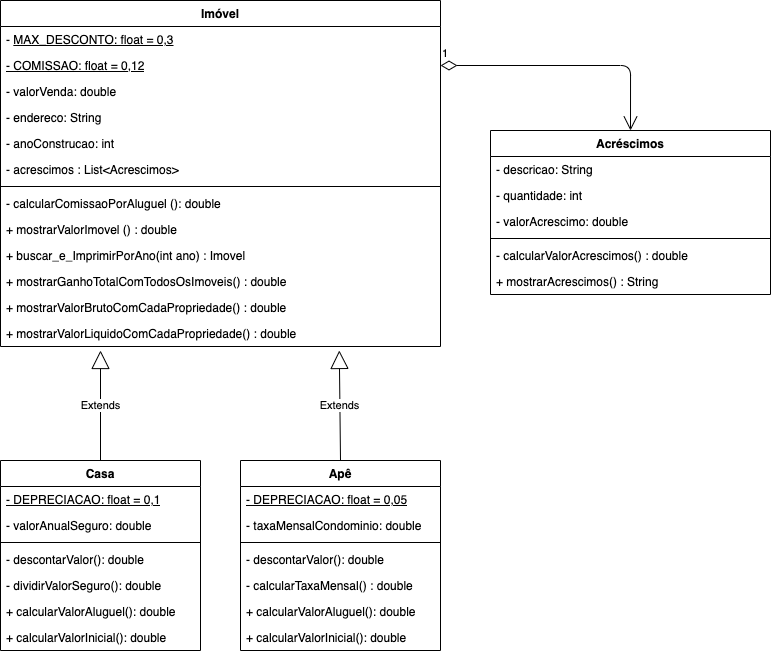
This is Docs/DiagClasseImobiliaria.drawio.png from ericdiniz/PM_Exerc_Condominio_seguro, a draw.io export, as it was before one commit. Source tidied: cells renumbered, new cells last; positions are measured from the earlier drawing's top-left corner, leaving out a move shared by most shapes.
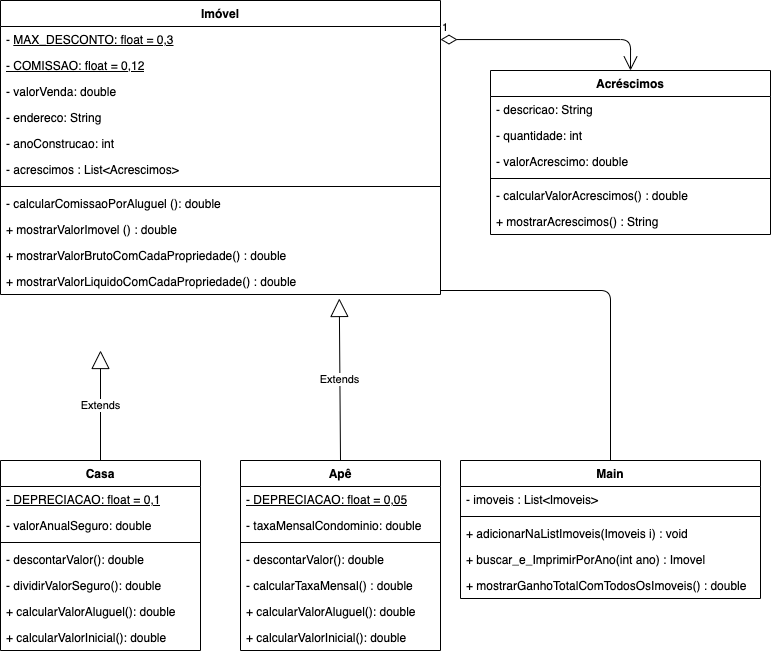
After the commit.

Commit message:
mudança no diagrama e adição da classe main

Diff of the diagram source:
```diff
@@ -3,7 +3,7 @@
     <mxCell id="0" />
     <mxCell id="1" parent="0" />
     <mxCell id="2" value="Imóvel" style="swimlane;fontStyle=1;align=center;verticalAlign=top;horizontal=1;startSize=26;whiteSpace=wrap;html=1;" parent="1" vertex="1">
-      <mxGeometry width="440" height="346" as="geometry" />
+      <mxGeometry width="440" height="294" as="geometry" />
     </mxCell>
     <mxCell id="3" value="- &lt;u&gt;MAX_DESCONTO: float = 0,3&lt;/u&gt;" style="text;strokeColor=none;fillColor=none;align=left;verticalAlign=top;spacingLeft=4;spacingRight=4;overflow=hidden;points=[[0,0.5],[1,0.5]];portConstraint=eastwest;whiteSpace=wrap;html=1;" parent="2" vertex="1">
       <mxGeometry y="26" width="440" height="26" as="geometry" />
@@ -32,17 +32,11 @@
     <mxCell id="11" value="+ mostrarValorImovel () : double" style="text;strokeColor=none;fillColor=none;align=left;verticalAlign=top;spacingLeft=4;spacingRight=4;overflow=hidden;whiteSpace=wrap;html=1;" parent="2" vertex="1">
       <mxGeometry y="216" width="440" height="26" as="geometry" />
     </mxCell>
-    <mxCell id="12" value="+ buscar_e_ImprimirPorAno(int ano) : Imovel" style="text;strokeColor=none;fillColor=none;align=left;verticalAlign=top;spacingLeft=4;spacingRight=4;overflow=hidden;whiteSpace=wrap;html=1;" parent="2" vertex="1">
-      <mxGeometry y="242" width="440" height="26" as="geometry" />
-    </mxCell>
-    <mxCell id="13" value="+ mostrarGanhoTotalComTodosOsImoveis() : double" style="text;strokeColor=none;fillColor=none;align=left;verticalAlign=top;spacingLeft=4;spacingRight=4;overflow=hidden;whiteSpace=wrap;html=1;" parent="2" vertex="1">
-      <mxGeometry y="268" width="440" height="26" as="geometry" />
-    </mxCell>
     <mxCell id="14" value="+ mostrarValorBrutoComCadaPropriedade() : double" style="text;strokeColor=none;fillColor=none;align=left;verticalAlign=top;spacingLeft=4;spacingRight=4;overflow=hidden;whiteSpace=wrap;html=1;" parent="2" vertex="1">
-      <mxGeometry y="294" width="440" height="26" as="geometry" />
+      <mxGeometry y="242" width="440" height="26" as="geometry" />
     </mxCell>
     <mxCell id="15" value="+ mostrarValorLiquidoComCadaPropriedade() : double" style="text;strokeColor=none;fillColor=none;align=left;verticalAlign=top;spacingLeft=4;spacingRight=4;overflow=hidden;points=[[0,0.5],[1,0.5]];portConstraint=eastwest;whiteSpace=wrap;html=1;" parent="2" vertex="1">
-      <mxGeometry y="320" width="440" height="26" as="geometry" />
+      <mxGeometry y="268" width="440" height="26" as="geometry" />
     </mxCell>
     <mxCell id="16" value="Casa" style="swimlane;fontStyle=1;align=center;verticalAlign=top;horizontal=1;startSize=26;whiteSpace=wrap;html=1;" parent="1" vertex="1">
       <mxGeometry y="460" width="200" height="190" as="geometry" />
@@ -100,11 +94,11 @@
     <mxCell id="33" value="Extends" style="endArrow=block;endSize=16;endFill=0;html=1;exitX=0.5;exitY=0;exitDx=0;exitDy=0;entryX=0.77;entryY=1.153;entryDx=0;entryDy=0;entryPerimeter=0;" parent="1" edge="1" source="24" target="15">
       <mxGeometry relative="1" as="geometry" />
     </mxCell>
-    <mxCell id="34" value="1" style="endArrow=open;html=1;endSize=12;startArrow=diamondThin;startSize=14;startFill=0;edgeStyle=orthogonalEdgeStyle;align=left;verticalAlign=bottom;exitX=1;exitY=0.5;exitDx=0;exitDy=0;entryX=0.5;entryY=0;entryDx=0;entryDy=0;" parent="1" edge="1" source="4" target="35">
+    <mxCell id="34" value="1" style="endArrow=open;html=1;endSize=12;startArrow=diamondThin;startSize=14;startFill=0;edgeStyle=orthogonalEdgeStyle;align=left;verticalAlign=bottom;entryX=0.5;entryY=0;entryDx=0;entryDy=0;" parent="1" edge="1" source="3" target="35">
       <mxGeometry x="-1" y="3" relative="1" as="geometry" />
     </mxCell>
     <mxCell id="35" value="Acréscimos" style="swimlane;fontStyle=1;align=center;verticalAlign=top;horizontal=1;startSize=26;" parent="1" vertex="1">
-      <mxGeometry x="490" y="130" width="280" height="164" as="geometry" />
+      <mxGeometry x="490" y="70" width="280" height="164" as="geometry" />
     </mxCell>
     <mxCell id="36" value="- descricao: String" style="text;strokeColor=none;fillColor=none;align=left;verticalAlign=top;spacingLeft=4;spacingRight=4;overflow=hidden;" parent="35" vertex="1">
       <mxGeometry y="26" width="280" height="26" as="geometry" />
@@ -124,5 +118,31 @@
     <mxCell id="41" value="+ mostrarAcrescimos() : String" style="text;strokeColor=none;fillColor=none;align=left;verticalAlign=top;spacingLeft=4;spacingRight=4;overflow=hidden;" parent="35" vertex="1">
       <mxGeometry y="138" width="280" height="26" as="geometry" />
     </mxCell>
+    <mxCell id="42" value="Main" style="swimlane;fontStyle=1;align=center;verticalAlign=top;horizontal=1;startSize=26;" parent="1" vertex="1">
+      <mxGeometry x="460" y="460" width="300" height="138" as="geometry" />
+    </mxCell>
+    <mxCell id="43" value="- imoveis : List&lt;Imoveis&gt;" style="text;strokeColor=none;fillColor=none;align=left;verticalAlign=top;spacingLeft=4;spacingRight=4;overflow=hidden;" parent="42" vertex="1">
+      <mxGeometry y="26" width="300" height="26" as="geometry" />
+    </mxCell>
+    <mxCell id="44" style="line;strokeWidth=1;fillColor=none;align=left;verticalAlign=middle;spacingTop=-1;spacingLeft=3;spacingRight=3;labelPosition=right;strokeColor=inherit;" parent="42" vertex="1">
+      <mxGeometry y="52" width="300" height="8" as="geometry" />
+    </mxCell>
+    <mxCell id="45" value="+ adicionarNaListImoveis(Imoveis i) : void " style="text;strokeColor=none;fillColor=none;align=left;verticalAlign=top;spacingLeft=4;spacingRight=4;overflow=hidden;" parent="42" vertex="1">
+      <mxGeometry y="60" width="300" height="26" as="geometry" />
+    </mxCell>
+    <mxCell id="12" value="+ buscar_e_ImprimirPorAno(int ano) : Imovel" style="text;strokeColor=none;fillColor=none;align=left;verticalAlign=top;spacingLeft=4;spacingRight=4;overflow=hidden;" parent="42" vertex="1">
+      <mxGeometry y="86" width="300" height="26" as="geometry" />
+    </mxCell>
+    <mxCell id="13" value="+ mostrarGanhoTotalComTodosOsImoveis() : double" style="text;strokeColor=none;fillColor=none;align=left;verticalAlign=top;spacingLeft=4;spacingRight=4;overflow=hidden;whiteSpace=wrap;html=1;" parent="42" vertex="1">
+      <mxGeometry y="112" width="300" height="26" as="geometry" />
+    </mxCell>
+    <mxCell id="46" style="endArrow=none;html=1;elbow=vertical;entryX=0.5;entryY=0;entryDx=0;entryDy=0;" parent="1" edge="1" target="42">
+      <mxGeometry relative="1" as="geometry">
+        <mxPoint x="440" y="290" as="sourcePoint" />
+        <Array as="points">
+          <mxPoint x="610" y="290" />
+        </Array>
+      </mxGeometry>
+    </mxCell>
   </root>
 </mxGraphModel>
```
